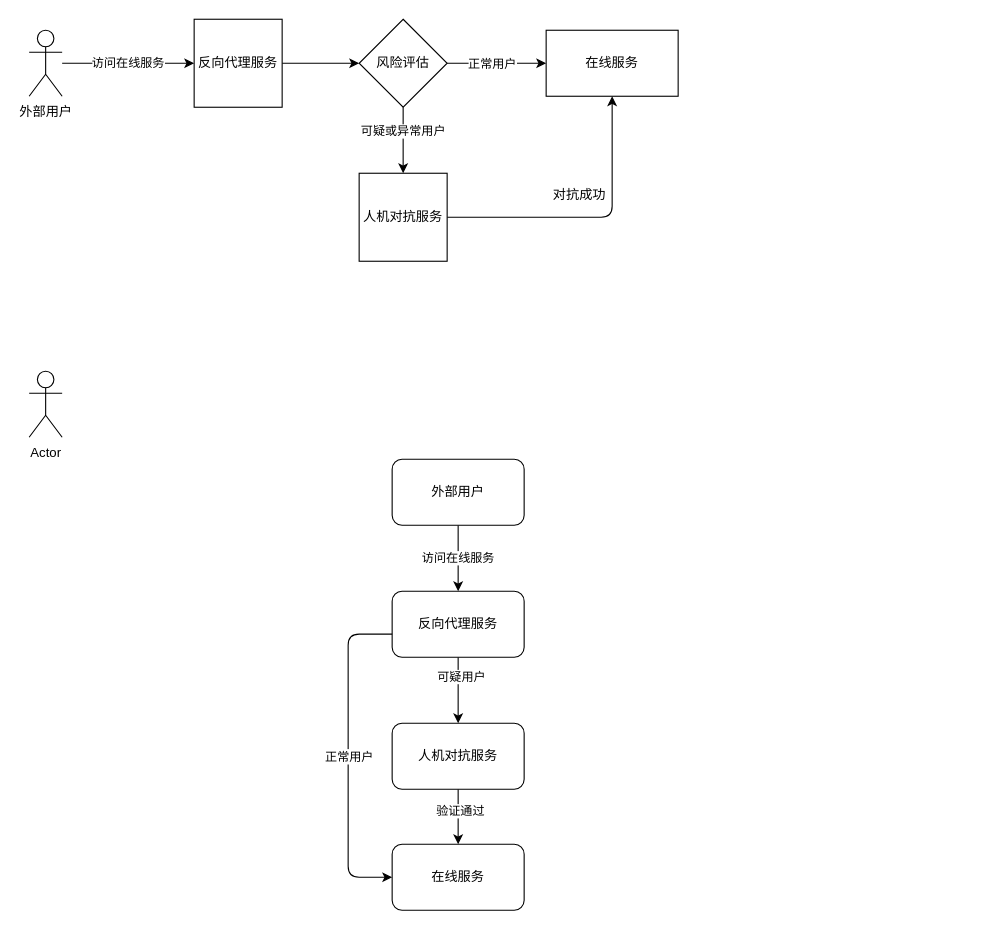
Above: 未命名绘图.drawio in luxiao/luxiao (draw.io), before the change. Source tidied: cells renumbered, new cells numbered last; positions are measured from the earlier drawing's top-left corner, leaving out a move shared by most shapes. Both pictures are drawn from the tidied source at 110%, with x=0, y=0 at pixel (29, 19). Pictures stored in the file or linked from it are replaced by grey dashed boxes.
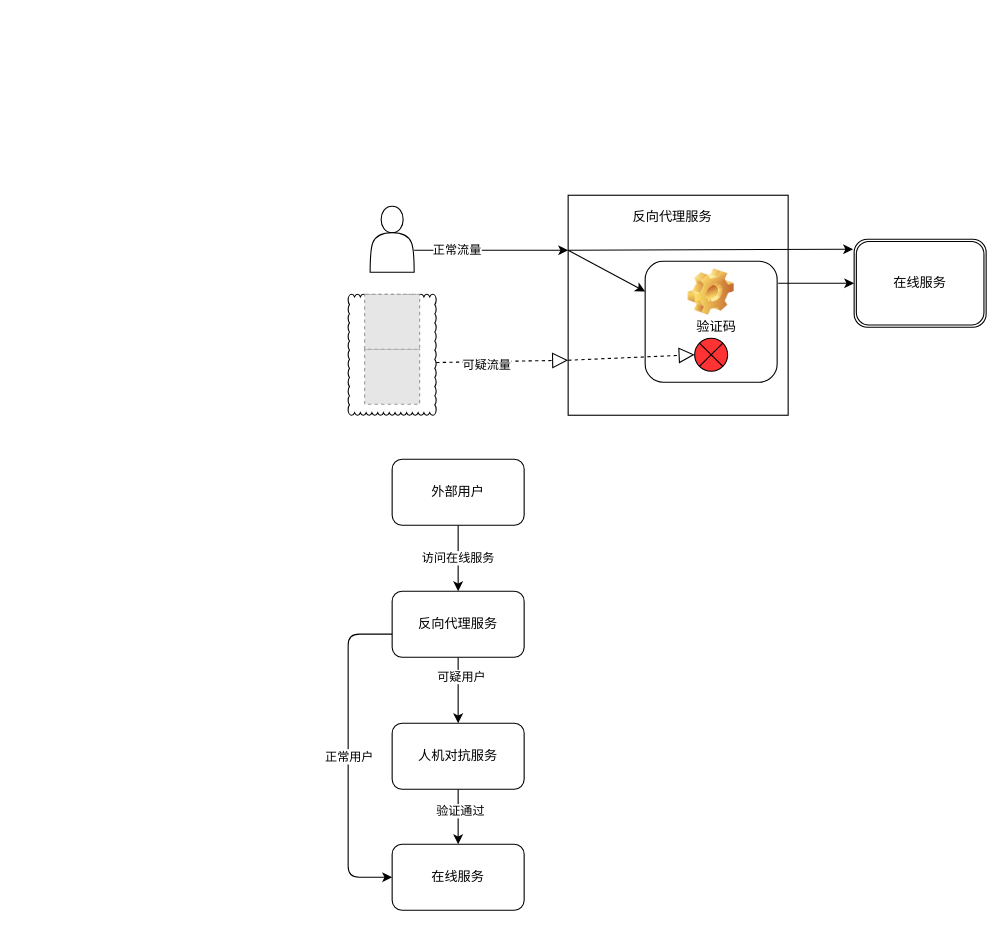
After the change.

Commit message:
更新未命名绘图.drawio

What changed in the source:
```diff
@@
-    <mxCell id="2" value="在线服务" style="rounded=0;whiteSpace=wrap;html=1;" parent="1" vertex="1">
-      <mxGeometry x="470" y="10" width="120" height="60" as="geometry" />
-    </mxCell>
-    <mxCell id="3" value="外部用户" style="shape=umlActor;verticalLabelPosition=bottom;verticalAlign=top;html=1;outlineConnect=0;" parent="1" vertex="1">
-      <mxGeometry y="10" width="30" height="60" as="geometry" />
-    </mxCell>
-    <mxCell id="4" style="edgeStyle=orthogonalEdgeStyle;rounded=0;jettySize=auto;html=1;" parent="1" edge="1" source="5" target="11">
-      <mxGeometry relative="1" as="geometry" />
-    </mxCell>
-    <mxCell id="5" value="反向代理服务" style="whiteSpace=wrap;html=1;" parent="1" vertex="1">
-      <mxGeometry x="150" width="80" height="80" as="geometry" />
-    </mxCell>
-    <mxCell id="6" value="访问在线服务" style="endArrow=classic;html=1;entryX=0;entryY=0.5;entryDx=0;entryDy=0;" parent="1" edge="1" source="3" target="5">
-      <mxGeometry relative="1" as="geometry" />
-    </mxCell>
-    <mxCell id="7" style="edgeStyle=orthogonalEdgeStyle;rounded=0;jettySize=auto;html=1;" parent="1" edge="1" source="11" target="2">
-      <mxGeometry relative="1" as="geometry" />
-    </mxCell>
-    <mxCell id="8" value="正常用户" style="edgeLabel;html=1;align=center;verticalAlign=middle;" parent="7" vertex="1">
-      <mxGeometry x="-0.4" y="1" relative="1" as="geometry">
-        <mxPoint x="13" y="1" as="offset" />
-      </mxGeometry>
-    </mxCell>
-    <mxCell id="9" style="edgeStyle=orthogonalEdgeStyle;rounded=0;jettySize=auto;html=1;entryX=0.5;entryY=0;entryDx=0;entryDy=0;" parent="1" edge="1" source="11" target="14">
-      <mxGeometry relative="1" as="geometry" />
-    </mxCell>
-    <mxCell id="10" value="可疑或异常用户" style="edgeLabel;html=1;align=center;verticalAlign=middle;" parent="9" vertex="1">
-      <mxGeometry x="-0.3" y="-1" relative="1" as="geometry" />
-    </mxCell>
-    <mxCell id="11" value="风险评估" style="rhombus;whiteSpace=wrap;html=1;" parent="1" vertex="1">
-      <mxGeometry x="300" width="80" height="80" as="geometry" />
-    </mxCell>
-    <mxCell id="12" style="edgeStyle=segmentEdgeStyle;endArrow=classic;html=1;entryX=0.5;entryY=1;entryDx=0;entryDy=0;exitX=1;exitY=0.5;exitDx=0;exitDy=0;" parent="1" edge="1" source="14" target="2">
-      <mxGeometry relative="1" as="geometry" />
-    </mxCell>
-    <mxCell id="13" value="对抗成功" style="text;html=1;align=center;verticalAlign=middle;" parent="1" vertex="1">
-      <mxGeometry x="470" y="150" width="60" height="20" as="geometry" />
-    </mxCell>
-    <mxCell id="14" value="人机对抗服务" style="whiteSpace=wrap;html=1;" parent="1" vertex="1">
-      <mxGeometry x="300" y="140" width="80" height="80" as="geometry" />
-    </mxCell>
+    <mxCell id="28" style="whiteSpace=wrap;html=1;shape=mxgraph.basic.cloud_rect;" parent="1" vertex="1">
+      <mxGeometry x="290" y="250" width="80" height="110" as="geometry" />
+    </mxCell>
@@
-    <mxCell id="17" value="Actor" style="shape=umlActor;verticalLabelPosition=bottom;verticalAlign=top;html=1;" parent="1" vertex="1">
-      <mxGeometry y="320" width="30" height="60" as="geometry" />
-    </mxCell>
@@
+    <mxCell id="29" style="fillColor=#E6E6E6;strokeColor=#999999;dashed=1;verticalLabelPosition=bottom;labelBackgroundColor=#ffffff;verticalAlign=top;" parent="1" vertex="1">
+      <mxGeometry x="305" y="300" width="50" height="50" as="geometry" />
+    </mxCell>
+    <mxCell id="30" style="fillColor=#E6E6E6;strokeColor=#999999;dashed=1;verticalLabelPosition=bottom;labelBackgroundColor=#ffffff;verticalAlign=top;" parent="1" vertex="1">
+      <mxGeometry x="305" y="250" width="50" height="50" as="geometry" />
+    </mxCell>
+    <mxCell id="2" value="在线服务" style="shape=ext;double=1;rounded=1;whiteSpace=wrap;html=1;" parent="1" vertex="1">
+      <mxGeometry x="750" y="200" width="120" height="80" as="geometry" />
+    </mxCell>
+    <mxCell id="31" style="shape=actor;whiteSpace=wrap;html=1;" parent="1" vertex="1">
+      <mxGeometry x="310" y="170" width="40" height="60" as="geometry" />
+    </mxCell>
+    <mxCell id="32" style="whiteSpace=wrap;html=1;" parent="1" vertex="1">
+      <mxGeometry x="490" y="160" width="200" height="200" as="geometry" />
+    </mxCell>
+    <mxCell id="33" style="label;whiteSpace=wrap;html=1;align=center;verticalAlign=bottom;spacingLeft=0;spacingBottom=4;imageAlign=center;imageVerticalAlign=top;image=img/clipart/Gear_128x128.png;" parent="1" vertex="1">
+      <mxGeometry x="560" y="220" width="120" height="110" as="geometry" />
+    </mxCell>
+    <mxCell id="5" value="反向代理服务" style="text;html=1;strokeColor=none;fillColor=none;align=center;verticalAlign=middle;whiteSpace=wrap;rounded=0;" parent="1" vertex="1">
+      <mxGeometry x="540" y="170" width="90" height="20" as="geometry" />
+    </mxCell>
+    <mxCell id="34" style="shape=sumEllipse;perimeter=ellipsePerimeter;whiteSpace=wrap;html=1;backgroundOutline=1;fillColor=#FF3333;" parent="1" vertex="1">
+      <mxGeometry x="605" y="290" width="30" height="30" as="geometry" />
+    </mxCell>
+    <mxCell id="35" value="验证码" style="text;html=1;strokeColor=none;fillColor=none;align=center;verticalAlign=middle;whiteSpace=wrap;rounded=0;" parent="1" vertex="1">
+      <mxGeometry x="605" y="270" width="40" height="20" as="geometry" />
+    </mxCell>
+    <mxCell id="36" style="endArrow=classic;html=1;entryX=0;entryY=0.25;entryDx=0;entryDy=0;" parent="1" edge="1" target="32">
+      <mxGeometry relative="1" as="geometry">
+        <mxPoint x="350" y="210" as="sourcePoint" />
+      </mxGeometry>
+    </mxCell>
+    <mxCell id="37" value="正常流量" style="edgeLabel;html=1;align=center;verticalAlign=middle;" parent="36" vertex="1">
+      <mxGeometry x="-0.46" y="1" relative="1" as="geometry" />
+    </mxCell>
+    <mxCell id="38" style="endArrow=classic;html=1;exitX=0;exitY=0.25;exitDx=0;exitDy=0;entryX=0;entryY=0.25;entryDx=0;entryDy=0;" parent="1" edge="1" source="32" target="33">
+      <mxGeometry relative="1" as="geometry" />
+    </mxCell>
+    <mxCell id="39" style="endArrow=classic;html=1;entryX=-0.008;entryY=0.113;entryDx=0;entryDy=0;exitX=0;exitY=0.25;exitDx=0;exitDy=0;entryPerimeter=0;" parent="1" edge="1" source="32" target="2">
+      <mxGeometry relative="1" as="geometry" />
+    </mxCell>
+    <mxCell id="40" style="endArrow=classic;html=1;exitX=1.008;exitY=0.182;exitDx=0;exitDy=0;entryX=0;entryY=0.5;entryDx=0;entryDy=0;exitPerimeter=0;" parent="1" edge="1" source="33" target="2">
+      <mxGeometry relative="1" as="geometry" />
+    </mxCell>
+    <mxCell id="41" style="endArrow=block;dashed=1;endFill=0;endSize=12;html=1;exitX=1;exitY=0.564;exitDx=0;exitDy=0;exitPerimeter=0;entryX=0;entryY=0.75;entryDx=0;entryDy=0;" parent="1" edge="1" source="28" target="32">
+      <mxGeometry relative="1" as="geometry" />
+    </mxCell>
+    <mxCell id="42" value="可疑流量" style="edgeLabel;html=1;align=center;verticalAlign=middle;" parent="41" vertex="1">
+      <mxGeometry x="-0.25" y="-2" relative="1" as="geometry" />
+    </mxCell>
+    <mxCell id="43" style="endArrow=block;dashed=1;endFill=0;endSize=12;html=1;entryX=0;entryY=0.5;entryDx=0;entryDy=0;" parent="1" edge="1" target="34">
+      <mxGeometry relative="1" as="geometry">
+        <mxPoint x="490" y="310" as="sourcePoint" />
+      </mxGeometry>
+    </mxCell>
```
